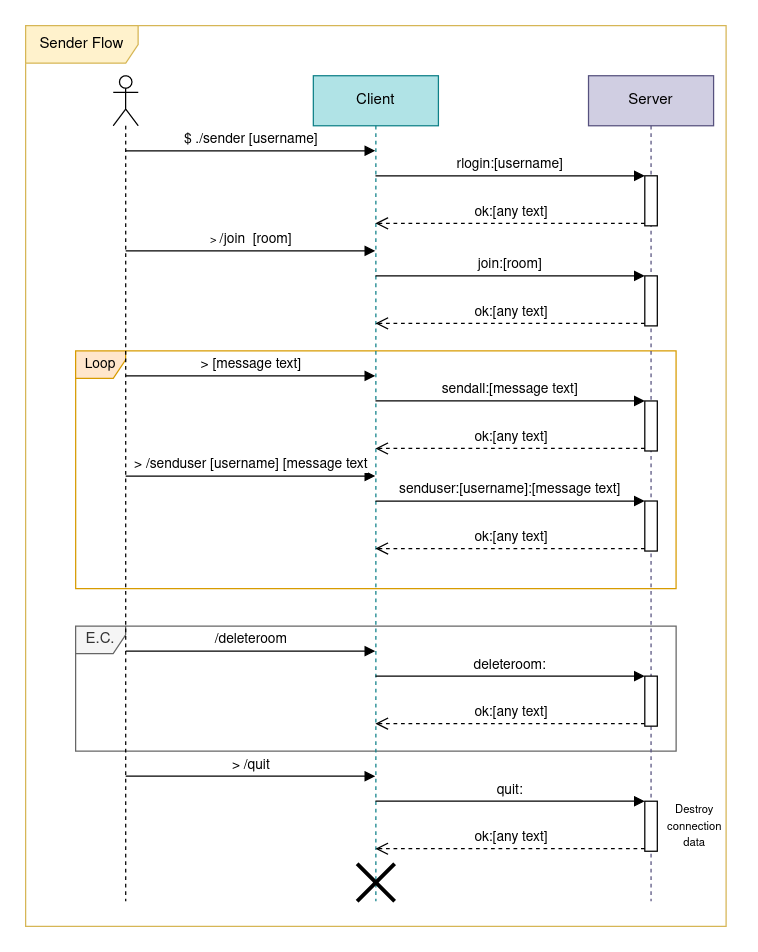
Above: assign/assign05/a5_sender_flow.png in jhucsf/spring2022 (draw.io), before the change. Source tidied: cells renumbered, new cells last; positions are measured from the earlier drawing's top-left corner, leaving out a move shared by most shapes.
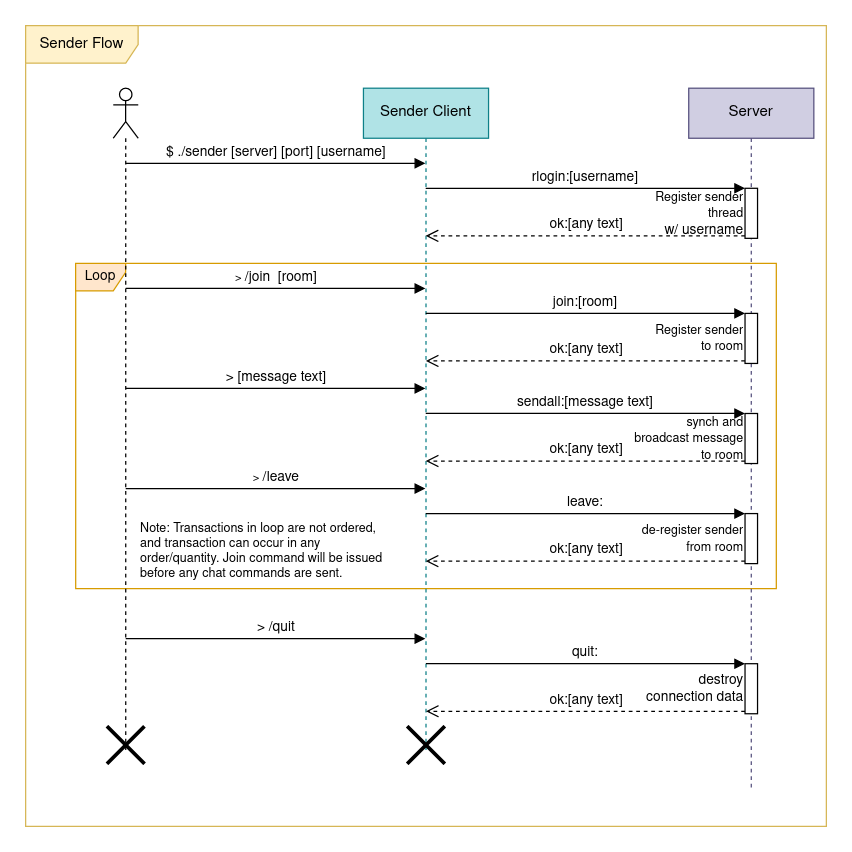
After the change.

What changed in the source:
```diff
@@ -3,112 +3,133 @@
     <mxCell id="0" />
     <mxCell id="1" parent="0" />
     <mxCell id="2" value="Sender Flow" style="shape=umlFrame;whiteSpace=wrap;html=1;width=90;height=30;fillColor=#fff2cc;strokeColor=#d6b656;" parent="1" vertex="1">
-      <mxGeometry width="560" height="720" as="geometry" />
+      <mxGeometry x="800" y="190" width="640" height="640" as="geometry" />
     </mxCell>
-    <mxCell id="3" value="E.C." style="shape=umlFrame;whiteSpace=wrap;html=1;width=40;height=22;fillColor=#f5f5f5;strokeColor=#666666;fontColor=#333333;" parent="1" vertex="1">
-      <mxGeometry x="40" y="480" width="480" height="100" as="geometry" />
+    <mxCell id="3" value="&lt;font style=&quot;font-size: 11px&quot;&gt;Loop&lt;/font&gt;" style="shape=umlFrame;whiteSpace=wrap;html=1;width=40;height=22;fillColor=#ffe6cc;strokeColor=#d79b00;" parent="1" vertex="1">
+      <mxGeometry x="840" y="380" width="560" height="260" as="geometry" />
     </mxCell>
-    <mxCell id="4" value="&lt;font style=&quot;font-size: 11px&quot;&gt;Loop&lt;/font&gt;" style="shape=umlFrame;whiteSpace=wrap;html=1;width=40;height=22;fillColor=#ffe6cc;strokeColor=#d79b00;" parent="1" vertex="1">
-      <mxGeometry x="40" y="260" width="480" height="190" as="geometry" />
+    <mxCell id="4" style="shape=umlLifeline;participant=umlActor;perimeter=lifelinePerimeter;whiteSpace=wrap;html=1;verticalAlign=top;spacingTop=36;" parent="1" vertex="1">
+      <mxGeometry x="870" y="240" width="20" height="530" as="geometry" />
     </mxCell>
-    <mxCell id="5" style="shape=umlLifeline;participant=umlActor;perimeter=lifelinePerimeter;whiteSpace=wrap;html=1;verticalAlign=top;spacingTop=36;" parent="1" vertex="1">
-      <mxGeometry x="70" y="40" width="20" height="660" as="geometry" />
+    <mxCell id="5" value="$ ./sender [server] [port] [username] " style="html=1;verticalAlign=bottom;endArrow=block;rounded=0;" parent="4" edge="1" target="8">
+      <mxGeometry relative="1" as="geometry">
+        <mxPoint x="10" y="60" as="sourcePoint" />
+      </mxGeometry>
     </mxCell>
-    <mxCell id="6" value="$ ./sender [username] " style="html=1;verticalAlign=bottom;endArrow=block;rounded=0;" parent="5" edge="1" target="11">
+    <mxCell id="6" value="&amp;gt; &lt;font style=&quot;font-size: 11px&quot;&gt;/join&amp;nbsp; [room]&lt;/font&gt;" style="html=1;verticalAlign=bottom;endArrow=block;rounded=0;fontSize=9;" parent="4" edge="1">
       <mxGeometry relative="1" as="geometry">
-        <mxPoint x="10" y="60" as="sourcePoint" />
+        <mxPoint x="10" y="160" as="sourcePoint" />
+        <mxPoint x="249.5" y="160" as="targetPoint" />
       </mxGeometry>
     </mxCell>
-    <mxCell id="7" value="&amp;gt; &lt;font style=&quot;font-size: 11px&quot;&gt;/join&amp;nbsp; [room]&lt;/font&gt;" style="html=1;verticalAlign=bottom;endArrow=block;rounded=0;fontSize=9;" parent="5" edge="1" target="11">
+    <mxCell id="7" value="&amp;gt; [message text]" style="html=1;verticalAlign=bottom;endArrow=block;rounded=0;fontSize=11;" parent="4" edge="1">
       <mxGeometry relative="1" as="geometry">
-        <mxPoint x="10" y="140" as="sourcePoint" />
+        <mxPoint x="10" y="240" as="sourcePoint" />
+        <mxPoint x="249.5" y="240" as="targetPoint" />
       </mxGeometry>
     </mxCell>
-    <mxCell id="8" value="&amp;gt; [message text]" style="html=1;verticalAlign=bottom;endArrow=block;rounded=0;fontSize=11;" parent="5" edge="1" target="11">
-      <mxGeometry relative="1" as="geometry">
-        <mxPoint x="10" y="240" as="sourcePoint" />
-      </mxGeometry>
+    <mxCell id="8" value="Sender Client" style="shape=umlLifeline;perimeter=lifelinePerimeter;whiteSpace=wrap;html=1;outlineConnect=0;fillColor=#b0e3e6;strokeColor=#0e8088;" parent="1" vertex="1">
+      <mxGeometry x="1070" y="240" width="100" height="530" as="geometry" />
     </mxCell>
-    <mxCell id="9" value="&amp;gt; /senduser [username] [message text" style="html=1;verticalAlign=bottom;endArrow=block;rounded=0;fontSize=11;" parent="5" edge="1" target="11">
-      <mxGeometry relative="1" as="geometry">
-        <mxPoint x="10" y="320" as="sourcePoint" />
-      </mxGeometry>
+    <mxCell id="9" value="Server" style="shape=umlLifeline;perimeter=lifelinePerimeter;whiteSpace=wrap;html=1;fillColor=#d0cee2;strokeColor=#56517e;" parent="1" vertex="1">
+      <mxGeometry x="1330" y="240" width="100" height="560" as="geometry" />
     </mxCell>
-    <mxCell id="10" value="&amp;gt; /quit" style="html=1;verticalAlign=bottom;endArrow=block;rounded=0;fontSize=11;" parent="5" edge="1" target="11">
-      <mxGeometry relative="1" as="geometry">
-        <mxPoint x="10" y="560" as="sourcePoint" />
-      </mxGeometry>
+    <mxCell id="10" style="html=1;points=[];perimeter=orthogonalPerimeter;" parent="9" vertex="1">
+      <mxGeometry x="45" y="80" width="10" height="40" as="geometry" />
     </mxCell>
-    <mxCell id="11" value="Client" style="shape=umlLifeline;perimeter=lifelinePerimeter;whiteSpace=wrap;html=1;outlineConnect=0;fillColor=#b0e3e6;strokeColor=#0e8088;" parent="1" vertex="1">
-      <mxGeometry x="230" y="40" width="100" height="660" as="geometry" />
+    <mxCell id="11" style="html=1;points=[];perimeter=orthogonalPerimeter;" parent="9" vertex="1">
+      <mxGeometry x="45" y="180" width="10" height="40" as="geometry" />
     </mxCell>
-    <mxCell id="12" style="shape=umlDestroy;whiteSpace=wrap;html=1;strokeWidth=3;fontSize=11;" parent="11" vertex="1">
-      <mxGeometry x="35" y="630" width="30" height="30" as="geometry" />
+    <mxCell id="12" style="html=1;points=[];perimeter=orthogonalPerimeter;fontSize=11;" parent="9" vertex="1">
+      <mxGeometry x="45" y="260" width="10" height="40" as="geometry" />
     </mxCell>
-    <mxCell id="13" value="Server" style="shape=umlLifeline;perimeter=lifelinePerimeter;whiteSpace=wrap;html=1;fillColor=#d0cee2;strokeColor=#56517e;" parent="1" vertex="1">
-      <mxGeometry x="450" y="40" width="100" height="660" as="geometry" />
+    <mxCell id="13" value="&lt;div align=&quot;right&quot;&gt;&lt;font style=&quot;font-size: 10px&quot;&gt;Register sender thread&lt;/font&gt;&lt;br&gt;&lt;/div&gt;&amp;nbsp;w/ username" style="text;html=1;strokeColor=none;fillColor=none;align=right;verticalAlign=middle;whiteSpace=wrap;rounded=0;fontSize=11;" parent="9" vertex="1">
+      <mxGeometry x="-37.5" y="85" width="82.5" height="30" as="geometry" />
     </mxCell>
-    <mxCell id="14" style="html=1;points=[];perimeter=orthogonalPerimeter;" parent="13" vertex="1">
-      <mxGeometry x="45" y="80" width="10" height="40" as="geometry" />
+    <mxCell id="14" value="&lt;font style=&quot;font-size: 10px&quot;&gt;synch and broadcast message to room&lt;/font&gt;" style="text;html=1;strokeColor=none;fillColor=none;align=right;verticalAlign=middle;whiteSpace=wrap;rounded=0;fontSize=11;" parent="9" vertex="1">
+      <mxGeometry x="-47.5" y="265" width="92.5" height="30" as="geometry" />
     </mxCell>
-    <mxCell id="15" style="html=1;points=[];perimeter=orthogonalPerimeter;" parent="13" vertex="1">
-      <mxGeometry x="45" y="160" width="10" height="40" as="geometry" />
+    <mxCell id="15" value="rlogin:[username]" style="html=1;verticalAlign=bottom;endArrow=block;entryX=0;entryY=0;rounded=0;" parent="1" edge="1" source="8" target="10">
+      <mxGeometry relative="1" as="geometry" />
     </mxCell>
-    <mxCell id="16" style="html=1;points=[];perimeter=orthogonalPerimeter;fontSize=11;" parent="13" vertex="1">
-      <mxGeometry x="45" y="260" width="10" height="40" as="geometry" />
+    <mxCell id="16" value="ok:[any text]" style="html=1;verticalAlign=bottom;endArrow=open;dashed=1;endSize=8;exitX=0;exitY=0.95;rounded=0;" parent="1" edge="1" source="10" target="8">
+      <mxGeometry relative="1" as="geometry" />
     </mxCell>
-    <mxCell id="17" style="html=1;points=[];perimeter=orthogonalPerimeter;fontSize=11;" parent="13" vertex="1">
-      <mxGeometry x="45" y="340" width="10" height="40" as="geometry" />
+    <mxCell id="17" value="ok:[any text]" style="html=1;verticalAlign=bottom;endArrow=open;dashed=1;endSize=8;exitX=0;exitY=0.95;rounded=0;" parent="1" edge="1" source="11">
+      <mxGeometry relative="1" as="geometry">
+        <mxPoint x="1119.8" y="458" as="targetPoint" />
+      </mxGeometry>
     </mxCell>
-    <mxCell id="18" style="html=1;points=[];perimeter=orthogonalPerimeter;fontSize=11;" parent="13" vertex="1">
-      <mxGeometry x="45" y="480" width="10" height="40" as="geometry" />
+    <mxCell id="18" value="join:[room]" style="html=1;verticalAlign=bottom;endArrow=block;entryX=0;entryY=0;rounded=0;" parent="1" edge="1" target="11">
+      <mxGeometry relative="1" as="geometry">
+        <mxPoint x="1119.8" y="420" as="sourcePoint" />
+      </mxGeometry>
     </mxCell>
-    <mxCell id="19" style="html=1;points=[];perimeter=orthogonalPerimeter;fontSize=11;" parent="13" vertex="1">
-      <mxGeometry x="45" y="580" width="10" height="40" as="geometry" />
+    <mxCell id="19" value="sendall:[message text]" style="html=1;verticalAlign=bottom;endArrow=block;entryX=0;entryY=0;rounded=0;fontSize=11;" parent="1" edge="1" target="12">
+      <mxGeometry relative="1" as="geometry">
+        <mxPoint x="1119.8" y="500" as="sourcePoint" />
+      </mxGeometry>
     </mxCell>
-    <mxCell id="20" value="&lt;font style=&quot;font-size: 9px&quot;&gt;Destroy connection data&lt;br&gt;&lt;/font&gt;" style="text;html=1;strokeColor=none;fillColor=none;align=center;verticalAlign=middle;whiteSpace=wrap;rounded=0;fontSize=11;" parent="13" vertex="1">
-      <mxGeometry x="55" y="585" width="60" height="30" as="geometry" />
+    <mxCell id="20" value="ok:[any text]" style="html=1;verticalAlign=bottom;endArrow=open;dashed=1;endSize=8;exitX=0;exitY=0.95;rounded=0;fontSize=11;" parent="1" edge="1" source="12">
+      <mxGeometry relative="1" as="geometry">
+        <mxPoint x="1119.8" y="538" as="targetPoint" />
+      </mxGeometry>
     </mxCell>
-    <mxCell id="21" value="rlogin:[username]" style="html=1;verticalAlign=bottom;endArrow=block;entryX=0;entryY=0;rounded=0;" parent="1" edge="1" source="11" target="14">
-      <mxGeometry relative="1" as="geometry" />
+    <mxCell id="21" value="&lt;div align=&quot;left&quot;&gt;Note: Transactions in loop are not ordered, and transaction can occur in any order/quantity. Join command will be issued before any chat commands are sent.&lt;br&gt;&lt;/div&gt;" style="text;html=1;strokeColor=none;fillColor=none;align=left;verticalAlign=middle;whiteSpace=wrap;rounded=0;fontSize=10;" parent="1" vertex="1">
+      <mxGeometry x="890" y="590" width="200" height="40" as="geometry" />
     </mxCell>
-    <mxCell id="22" value="ok:[any text]" style="html=1;verticalAlign=bottom;endArrow=open;dashed=1;endSize=8;exitX=0;exitY=0.95;rounded=0;" parent="1" edge="1" source="14" target="11">
-      <mxGeometry relative="1" as="geometry" />
+    <mxCell id="22" value="&lt;font style=&quot;font-size: 10px&quot;&gt;Register sender to room&lt;/font&gt;" style="text;html=1;strokeColor=none;fillColor=none;align=right;verticalAlign=middle;whiteSpace=wrap;rounded=0;fontSize=11;" parent="1" vertex="1">
+      <mxGeometry x="1292.5" y="425" width="82.5" height="30" as="geometry" />
     </mxCell>
-    <mxCell id="23" value="ok:[any text]" style="html=1;verticalAlign=bottom;endArrow=open;dashed=1;endSize=8;exitX=0;exitY=0.95;rounded=0;" parent="1" edge="1" source="15" target="11">
-      <mxGeometry relative="1" as="geometry" />
+    <mxCell id="23" value="&amp;gt; /quit" style="html=1;verticalAlign=bottom;endArrow=block;rounded=0;fontSize=11;" parent="1" edge="1">
+      <mxGeometry relative="1" as="geometry">
+        <mxPoint x="880" y="680" as="sourcePoint" />
+        <mxPoint x="1119.5" y="680" as="targetPoint" />
+      </mxGeometry>
     </mxCell>
-    <mxCell id="24" value="join:[room]" style="html=1;verticalAlign=bottom;endArrow=block;entryX=0;entryY=0;rounded=0;" parent="1" edge="1" source="11" target="15">
-      <mxGeometry relative="1" as="geometry" />
+    <mxCell id="24" style="shape=umlDestroy;whiteSpace=wrap;html=1;strokeWidth=3;fontSize=11;" parent="1" vertex="1">
+      <mxGeometry x="1105" y="750" width="30" height="30" as="geometry" />
     </mxCell>
-    <mxCell id="25" value="sendall:[message text]" style="html=1;verticalAlign=bottom;endArrow=block;entryX=0;entryY=0;rounded=0;fontSize=11;" parent="1" edge="1" source="11" target="16">
-      <mxGeometry relative="1" as="geometry" />
+    <mxCell id="25" style="html=1;points=[];perimeter=orthogonalPerimeter;fontSize=11;" parent="1" vertex="1">
+      <mxGeometry x="1375" y="700" width="10" height="40" as="geometry" />
     </mxCell>
-    <mxCell id="26" value="ok:[any text]" style="html=1;verticalAlign=bottom;endArrow=open;dashed=1;endSize=8;exitX=0;exitY=0.95;rounded=0;fontSize=11;" parent="1" edge="1" source="16" target="11">
-      <mxGeometry relative="1" as="geometry" />
+    <mxCell id="26" value="quit:" style="html=1;verticalAlign=bottom;endArrow=block;entryX=0;entryY=0;rounded=0;fontSize=11;" parent="1" edge="1" target="25">
+      <mxGeometry relative="1" as="geometry">
+        <mxPoint x="1119.9" y="700" as="sourcePoint" />
+      </mxGeometry>
     </mxCell>
-    <mxCell id="27" value="senduser:[username]:[message text]" style="html=1;verticalAlign=bottom;endArrow=block;entryX=0;entryY=0;rounded=0;fontSize=11;" parent="1" edge="1" source="11" target="17">
-      <mxGeometry relative="1" as="geometry" />
+    <mxCell id="27" value="ok:[any text]" style="html=1;verticalAlign=bottom;endArrow=open;dashed=1;endSize=8;exitX=0;exitY=0.95;rounded=0;fontSize=11;" parent="1" edge="1" source="25">
+      <mxGeometry relative="1" as="geometry">
+        <mxPoint x="1119.9" y="738" as="targetPoint" />
+      </mxGeometry>
     </mxCell>
-    <mxCell id="28" value="ok:[any text]" style="html=1;verticalAlign=bottom;endArrow=open;dashed=1;endSize=8;exitX=0;exitY=0.95;rounded=0;fontSize=11;" parent="1" edge="1" source="17" target="11">
-      <mxGeometry relative="1" as="geometry" />
+    <mxCell id="28" value="&amp;gt; &lt;font style=&quot;font-size: 11px&quot;&gt;/leave&lt;br&gt;&lt;/font&gt;" style="html=1;verticalAlign=bottom;endArrow=block;rounded=0;fontSize=9;" parent="1" edge="1">
+      <mxGeometry relative="1" as="geometry">
+        <mxPoint x="880" y="560" as="sourcePoint" />
+        <mxPoint x="1119.5" y="560" as="targetPoint" />
+      </mxGeometry>
     </mxCell>
-    <mxCell id="29" value="/deleteroom" style="html=1;verticalAlign=bottom;endArrow=block;rounded=0;fontSize=11;" parent="1" edge="1" target="11">
-      <mxGeometry relative="1" as="geometry">
-        <mxPoint x="80" y="500" as="sourcePoint" />
-      </mxGeometry>
+    <mxCell id="29" style="html=1;points=[];perimeter=orthogonalPerimeter;" parent="1" vertex="1">
+      <mxGeometry x="1375" y="580" width="10" height="40" as="geometry" />
     </mxCell>
-    <mxCell id="30" value="ok:[any text]" style="html=1;verticalAlign=bottom;endArrow=open;dashed=1;endSize=8;exitX=0;exitY=0.95;rounded=0;fontSize=11;" parent="1" edge="1" source="18" target="11">
-      <mxGeometry relative="1" as="geometry" />
+    <mxCell id="30" value="ok:[any text]" style="html=1;verticalAlign=bottom;endArrow=open;dashed=1;endSize=8;exitX=0;exitY=0.95;rounded=0;" parent="1" edge="1" source="29">
+      <mxGeometry relative="1" as="geometry">
+        <mxPoint x="1119.8" y="618" as="targetPoint" />
+      </mxGeometry>
     </mxCell>
-    <mxCell id="31" value="deleteroom:" style="html=1;verticalAlign=bottom;endArrow=block;entryX=0;entryY=0;rounded=0;fontSize=11;" parent="1" edge="1" source="11" target="18">
-      <mxGeometry relative="1" as="geometry" />
+    <mxCell id="31" value="leave:" style="html=1;verticalAlign=bottom;endArrow=block;entryX=0;entryY=0;rounded=0;" parent="1" edge="1" target="29">
+      <mxGeometry relative="1" as="geometry">
+        <mxPoint x="1119.8" y="580" as="sourcePoint" />
+      </mxGeometry>
     </mxCell>
-    <mxCell id="32" value="quit:" style="html=1;verticalAlign=bottom;endArrow=block;entryX=0;entryY=0;rounded=0;fontSize=11;" parent="1" edge="1" source="11" target="19">
-      <mxGeometry relative="1" as="geometry" />
+    <mxCell id="32" value="destroy connection data" style="text;html=1;strokeColor=none;fillColor=none;align=right;verticalAlign=middle;whiteSpace=wrap;rounded=0;fontSize=11;" parent="1" vertex="1">
+      <mxGeometry x="1282.5" y="705" width="92.5" height="30" as="geometry" />
     </mxCell>
-    <mxCell id="33" value="ok:[any text]" style="html=1;verticalAlign=bottom;endArrow=open;dashed=1;endSize=8;exitX=0;exitY=0.95;rounded=0;fontSize=11;" parent="1" edge="1" source="19" target="11">
-      <mxGeometry relative="1" as="geometry" />
+    <mxCell id="33" value="&lt;font style=&quot;font-size: 10px&quot;&gt;de-register sender from room&lt;/font&gt;" style="text;html=1;strokeColor=none;fillColor=none;align=right;verticalAlign=middle;whiteSpace=wrap;rounded=0;fontSize=11;" parent="1" vertex="1">
+      <mxGeometry x="1282.5" y="585" width="92.5" height="30" as="geometry" />
     </mxCell>
+    <mxCell id="34" style="shape=umlDestroy;whiteSpace=wrap;html=1;strokeWidth=3;fontSize=10;" parent="1" vertex="1">
+      <mxGeometry x="865" y="750" width="30" height="30" as="geometry" />
+    </mxCell>
   </root>
 </mxGraphModel>
```
